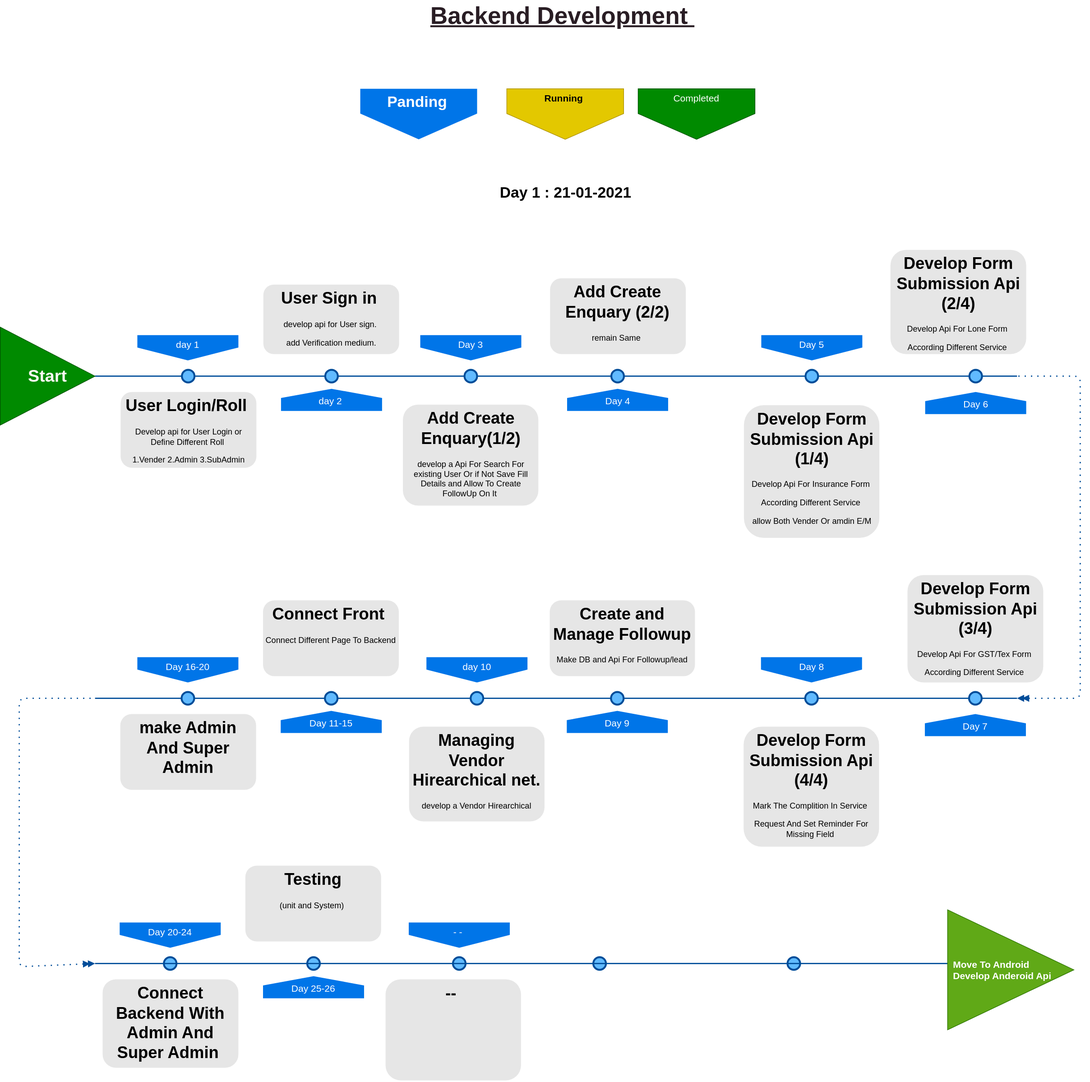
Earlier version of the draw.io export timeLine.svg (vijay-singh-shekhawat/c). Source tidied: cells renumbered, new cells last; positions are measured from the earlier drawing's top-left corner, leaving out a move shared by most shapes.
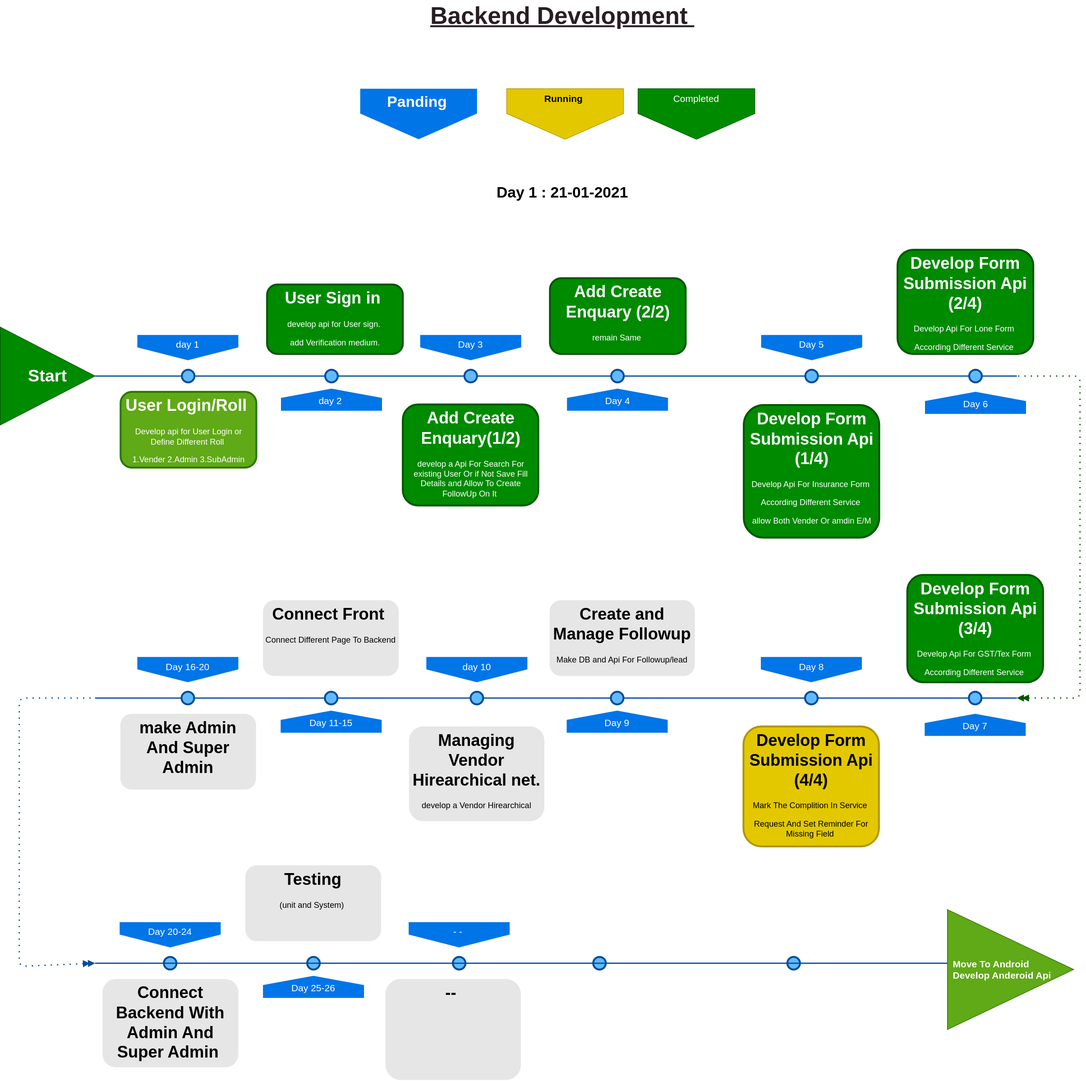
Later version of the same file.

The edit, as a diff of the source:
```diff
@@ -29,16 +29,16 @@
     <mxCell id="10" style="ellipse;whiteSpace=wrap;html=1;fillColor=#61BAFF;fontSize=28;fontColor=#004D99;strokeWidth=3;strokeColor=#004D99;" parent="1" vertex="1">
       <mxGeometry x="967.5" y="585" width="20" height="20" as="geometry" />
     </mxCell>
-    <mxCell id="11" value="&lt;h1&gt;User Login/Roll&amp;nbsp;&lt;/h1&gt;&lt;p&gt;Develop api for User Login or Define Different Roll&amp;nbsp;&lt;/p&gt;&lt;p&gt;1.Vender 2.Admin 3.SubAdmin&lt;/p&gt;" style="text;html=1;spacing=5;spacingTop=-20;whiteSpace=wrap;overflow=hidden;strokeColor=none;strokeWidth=3;fillColor=#E6E6E6;fontSize=13;fontColor=#000000;align=center;rounded=1;" parent="1" vertex="1">
+    <mxCell id="11" value="&lt;h1&gt;User Login/Roll&amp;nbsp;&lt;/h1&gt;&lt;p&gt;Develop api for User Login or Define Different Roll&amp;nbsp;&lt;/p&gt;&lt;p&gt;1.Vender 2.Admin 3.SubAdmin&lt;/p&gt;" style="text;html=1;spacing=5;spacingTop=-20;whiteSpace=wrap;overflow=hidden;strokeColor=#2D7600;strokeWidth=3;fillColor=#60a917;fontSize=13;fontColor=#ffffff;align=center;rounded=1;" parent="1" vertex="1">
       <mxGeometry x="190.5" y="620" width="215" height="120" as="geometry" />
     </mxCell>
-    <mxCell id="12" value="&lt;h1&gt;User Sign in&amp;nbsp;&lt;/h1&gt;&lt;p&gt;develop api for User sign.&amp;nbsp;&lt;/p&gt;&lt;p&gt;add Verification medium.&lt;/p&gt;" style="text;html=1;spacing=5;spacingTop=-20;whiteSpace=wrap;overflow=hidden;strokeColor=none;strokeWidth=3;fillColor=#E6E6E6;fontSize=13;fontColor=#000000;align=center;rounded=1;" parent="1" vertex="1">
-      <mxGeometry x="416.5" y="450" width="215" height="110" as="geometry" />
+    <mxCell id="12" value="&lt;h1&gt;User Sign in&amp;nbsp;&lt;/h1&gt;&lt;p&gt;develop api for User sign.&amp;nbsp;&lt;/p&gt;&lt;p&gt;add Verification medium.&lt;/p&gt;" style="text;html=1;spacing=5;spacingTop=-20;whiteSpace=wrap;overflow=hidden;strokeColor=#005700;strokeWidth=3;fillColor=#008a00;fontSize=13;fontColor=#ffffff;align=center;rounded=1;" parent="1" vertex="1">
+      <mxGeometry x="422.5" y="450" width="215" height="110" as="geometry" />
     </mxCell>
-    <mxCell id="13" value="&lt;h1&gt;Develop Form Submission Api (1/4)&lt;/h1&gt;&lt;p&gt;Develop Api For Insurance Form&amp;nbsp;&lt;/p&gt;&lt;p&gt;According Different Service&amp;nbsp;&lt;/p&gt;&lt;p&gt;allow Both Vender Or amdin E/M&lt;/p&gt;" style="text;html=1;spacing=5;spacingTop=-20;whiteSpace=wrap;overflow=hidden;strokeColor=none;strokeWidth=3;fillColor=#E6E6E6;fontSize=13;fontColor=#000000;align=center;rounded=1;" parent="1" vertex="1">
+    <mxCell id="13" value="&lt;h1&gt;Develop Form Submission Api (1/4)&lt;/h1&gt;&lt;p&gt;Develop Api For Insurance Form&amp;nbsp;&lt;/p&gt;&lt;p&gt;According Different Service&amp;nbsp;&lt;/p&gt;&lt;p&gt;allow Both Vender Or amdin E/M&lt;/p&gt;" style="text;html=1;spacing=5;spacingTop=-20;whiteSpace=wrap;overflow=hidden;strokeColor=#005700;strokeWidth=3;fillColor=#008a00;fontSize=13;fontColor=#ffffff;align=center;rounded=1;" parent="1" vertex="1">
       <mxGeometry x="1177.5" y="641" width="214.5" height="210" as="geometry" />
     </mxCell>
-    <mxCell id="14" value="&lt;h1&gt;Add Create Enquary (2/2)&lt;/h1&gt;&lt;p&gt;remain Same&amp;nbsp;&lt;/p&gt;" style="text;html=1;spacing=5;spacingTop=-20;whiteSpace=wrap;overflow=hidden;strokeColor=none;strokeWidth=3;fillColor=#E6E6E6;fontSize=13;fontColor=#000000;align=center;rounded=1;" parent="1" vertex="1">
+    <mxCell id="14" value="&lt;h1&gt;Add Create Enquary (2/2)&lt;/h1&gt;&lt;p&gt;remain Same&amp;nbsp;&lt;/p&gt;" style="text;html=1;spacing=5;spacingTop=-20;whiteSpace=wrap;overflow=hidden;strokeColor=#005700;strokeWidth=3;fillColor=#008a00;fontSize=13;fontColor=#ffffff;align=center;rounded=1;" parent="1" vertex="1">
       <mxGeometry x="870.5" y="440" width="215" height="120" as="geometry" />
     </mxCell>
     <mxCell id="15" value="Day 6" style="shape=offPageConnector;whiteSpace=wrap;html=1;fillColor=#0075E8;fontSize=15;fontColor=#FFFFFF;size=0.4178571428571445;flipV=1;verticalAlign=bottom;strokeColor=none;spacingBottom=4;" parent="1" vertex="1">
@@ -47,8 +47,8 @@
     <mxCell id="16" style="ellipse;whiteSpace=wrap;html=1;fillColor=#61BAFF;fontSize=28;fontColor=#004D99;strokeWidth=3;strokeColor=#004D99;" parent="1" vertex="1">
       <mxGeometry x="1534.5" y="585" width="20" height="20" as="geometry" />
     </mxCell>
-    <mxCell id="17" value="&lt;h1&gt;Develop Form Submission Api (2/4)&lt;/h1&gt;&lt;h1&gt;&lt;p style=&quot;font-size: 13px ; font-weight: 400&quot;&gt;Develop Api For Lone Form&amp;nbsp;&lt;/p&gt;&lt;p style=&quot;font-size: 13px ; font-weight: 400&quot;&gt;According Different Service&amp;nbsp;&lt;/p&gt;&lt;/h1&gt;" style="text;html=1;spacing=5;spacingTop=-20;whiteSpace=wrap;overflow=hidden;strokeColor=none;strokeWidth=3;fillColor=#E6E6E6;fontSize=13;fontColor=#000000;align=center;rounded=1;" parent="1" vertex="1">
-      <mxGeometry x="1409.5" y="395" width="215" height="165" as="geometry" />
+    <mxCell id="17" value="&lt;h1&gt;Develop Form Submission Api (2/4)&lt;/h1&gt;&lt;h1&gt;&lt;p style=&quot;font-size: 13px ; font-weight: 400&quot;&gt;Develop Api For Lone Form&amp;nbsp;&lt;/p&gt;&lt;p style=&quot;font-size: 13px ; font-weight: 400&quot;&gt;According Different Service&amp;nbsp;&lt;/p&gt;&lt;/h1&gt;" style="text;html=1;spacing=5;spacingTop=-20;whiteSpace=wrap;overflow=hidden;strokeColor=#005700;strokeWidth=3;fillColor=#008a00;fontSize=13;fontColor=#ffffff;align=center;rounded=1;" parent="1" vertex="1">
+      <mxGeometry x="1421" y="395" width="215" height="165" as="geometry" />
     </mxCell>
     <mxCell id="18" style="line;strokeWidth=2;html=1;fillColor=none;fontSize=28;fontColor=#004D99;strokeColor=#004D99;" parent="1" vertex="1">
       <mxGeometry x="150" y="1100" width="1460" height="10" as="geometry" />
@@ -83,7 +83,7 @@
     <mxCell id="28" value="&lt;h1&gt;Connect Front&amp;nbsp;&lt;/h1&gt;&lt;p&gt;Connect Different Page To Backend&lt;/p&gt;" style="text;html=1;spacing=5;spacingTop=-20;whiteSpace=wrap;overflow=hidden;strokeColor=none;strokeWidth=3;fillColor=#E6E6E6;fontSize=13;fontColor=#000000;align=center;rounded=1;" parent="1" vertex="1">
       <mxGeometry x="416" y="950" width="215" height="120" as="geometry" />
     </mxCell>
-    <mxCell id="29" value="&lt;h1&gt;Develop Form Submission Api (4/4)&lt;/h1&gt;&lt;h1&gt;&lt;p style=&quot;font-size: 13px ; font-weight: 400&quot;&gt;Mark The Complition In Service&amp;nbsp;&lt;/p&gt;&lt;p style=&quot;font-size: 13px ; font-weight: 400&quot;&gt;Request And Set Reminder For Missing Field&amp;nbsp;&lt;/p&gt;&lt;/h1&gt;" style="text;html=1;spacing=5;spacingTop=-20;whiteSpace=wrap;overflow=hidden;strokeColor=none;strokeWidth=3;fillColor=#E6E6E6;fontSize=13;fontColor=#000000;align=center;rounded=1;" parent="1" vertex="1">
+    <mxCell id="29" value="&lt;h1&gt;Develop Form Submission Api (4/4)&lt;/h1&gt;&lt;h1&gt;&lt;p style=&quot;font-size: 13px ; font-weight: 400&quot;&gt;Mark The Complition In Service&amp;nbsp;&lt;/p&gt;&lt;p style=&quot;font-size: 13px ; font-weight: 400&quot;&gt;Request And Set Reminder For Missing Field&amp;nbsp;&lt;/p&gt;&lt;/h1&gt;" style="text;html=1;spacing=5;spacingTop=-20;whiteSpace=wrap;overflow=hidden;strokeColor=#B09500;strokeWidth=3;fillColor=#e3c800;fontSize=13;fontColor=#000000;align=center;rounded=1;" parent="1" vertex="1">
       <mxGeometry x="1177" y="1150" width="214.5" height="190" as="geometry" />
     </mxCell>
     <mxCell id="30" value="&lt;h1&gt;Create and Manage Followup&lt;/h1&gt;&lt;h1&gt;&lt;p style=&quot;font-size: 13px ; font-weight: 400&quot;&gt;Make DB and Api For Followup/lead&lt;/p&gt;&lt;/h1&gt;" style="text;html=1;spacing=5;spacingTop=-20;whiteSpace=wrap;overflow=hidden;strokeColor=none;strokeWidth=3;fillColor=#E6E6E6;fontSize=13;fontColor=#000000;align=center;rounded=1;" parent="1" vertex="1">
@@ -95,7 +95,7 @@
     <mxCell id="32" style="ellipse;whiteSpace=wrap;html=1;fillColor=#61BAFF;fontSize=28;fontColor=#004D99;strokeWidth=3;strokeColor=#004D99;" parent="1" vertex="1">
       <mxGeometry x="1534" y="1095" width="20" height="20" as="geometry" />
     </mxCell>
-    <mxCell id="33" value="&lt;h1&gt;Develop Form Submission Api (3/4)&lt;/h1&gt;&lt;h1&gt;&lt;p style=&quot;font-size: 13px ; font-weight: 400&quot;&gt;Develop Api For GST/Tex Form&amp;nbsp;&lt;/p&gt;&lt;p style=&quot;font-size: 13px ; font-weight: 400&quot;&gt;According Different Service&amp;nbsp;&lt;/p&gt;&lt;/h1&gt;" style="text;html=1;spacing=5;spacingTop=-20;whiteSpace=wrap;overflow=hidden;strokeColor=none;strokeWidth=3;fillColor=#E6E6E6;fontSize=13;fontColor=#000000;align=center;rounded=1;" parent="1" vertex="1">
+    <mxCell id="33" value="&lt;h1&gt;Develop Form Submission Api (3/4)&lt;/h1&gt;&lt;h1&gt;&lt;p style=&quot;font-size: 13px ; font-weight: 400&quot;&gt;Develop Api For GST/Tex Form&amp;nbsp;&lt;/p&gt;&lt;p style=&quot;font-size: 13px ; font-weight: 400&quot;&gt;According Different Service&amp;nbsp;&lt;/p&gt;&lt;/h1&gt;" style="text;html=1;spacing=5;spacingTop=-20;whiteSpace=wrap;overflow=hidden;strokeColor=#005700;strokeWidth=3;fillColor=#008a00;fontSize=13;fontColor=#ffffff;align=center;rounded=1;" parent="1" vertex="1">
       <mxGeometry x="1436.5" y="910" width="215" height="170" as="geometry" />
     </mxCell>
     <mxCell id="34" value="Day 3" style="shape=offPageConnector;whiteSpace=wrap;html=1;fillColor=#0075E8;fontSize=15;fontColor=#FFFFFF;size=0.5093750000000015;verticalAlign=top;strokeColor=none;" parent="1" vertex="1">
@@ -104,7 +104,7 @@
     <mxCell id="35" style="ellipse;whiteSpace=wrap;html=1;fillColor=#61BAFF;fontSize=28;fontColor=#004D99;strokeWidth=3;strokeColor=#004D99;" parent="1" vertex="1">
       <mxGeometry x="735" y="585" width="20" height="20" as="geometry" />
     </mxCell>
-    <mxCell id="36" value="&lt;h1&gt;Add Create Enquary(1/2)&lt;/h1&gt;&lt;p&gt;develop a Api For Search For existing User Or if Not Save Fill Details and Allow To Create FollowUp On It&amp;nbsp;&lt;/p&gt;" style="text;html=1;spacing=5;spacingTop=-20;whiteSpace=wrap;overflow=hidden;strokeColor=none;strokeWidth=3;fillColor=#E6E6E6;fontSize=13;fontColor=#000000;align=center;rounded=1;" parent="1" vertex="1">
+    <mxCell id="36" value="&lt;h1&gt;Add Create Enquary(1/2)&lt;/h1&gt;&lt;p&gt;develop a Api For Search For existing User Or if Not Save Fill Details and Allow To Create FollowUp On It&amp;nbsp;&lt;/p&gt;" style="text;html=1;spacing=5;spacingTop=-20;whiteSpace=wrap;overflow=hidden;strokeColor=#005700;strokeWidth=3;fillColor=#008a00;fontSize=13;fontColor=#ffffff;align=center;rounded=1;" parent="1" vertex="1">
       <mxGeometry x="637.5" y="640" width="214.5" height="160" as="geometry" />
     </mxCell>
     <mxCell id="37" value="day 10" style="shape=offPageConnector;whiteSpace=wrap;html=1;fillColor=#0075E8;fontSize=15;fontColor=#FFFFFF;size=0.5093750000000015;verticalAlign=top;strokeColor=none;" parent="1" vertex="1">
@@ -155,7 +155,7 @@
     <mxCell id="52" style="line;strokeWidth=2;html=1;fillColor=none;fontSize=28;fontColor=#004D99;strokeColor=#004D99;" parent="1" vertex="1">
       <mxGeometry x="150" y="1520" width="1460" height="10" as="geometry" />
     </mxCell>
-    <mxCell id="53" style="endArrow=none;html=1;fontSize=13;entryX=1;entryY=0.5;entryDx=0;entryDy=0;entryPerimeter=0;exitX=1;exitY=0.5;exitDx=0;exitDy=0;exitPerimeter=0;fillColor=#0050ef;strokeColor=#004D99;strokeWidth=2;rounded=1;dashed=1;dashPattern=1 4;startArrow=doubleBlock;startFill=1;endFill=0;" parent="1" edge="1" source="18" target="2">
+    <mxCell id="53" style="endArrow=none;html=1;fontSize=13;entryX=1;entryY=0.5;entryDx=0;entryDy=0;entryPerimeter=0;exitX=1;exitY=0.5;exitDx=0;exitDy=0;exitPerimeter=0;fillColor=#008a00;strokeColor=#005700;strokeWidth=2;rounded=1;dashed=1;dashPattern=1 4;startArrow=doubleBlock;startFill=1;endFill=0;" parent="1" edge="1" source="18" target="2">
       <mxGeometry relative="1" as="geometry">
         <Array as="points">
           <mxPoint x="1710" y="1105" />
@@ -190,7 +190,7 @@
       <mxGeometry x="802" y="140" width="185" height="80" as="geometry" />
     </mxCell>
     <mxCell id="61" value="&lt;font color=&quot;#000000&quot;&gt;&lt;b&gt;Day 1 : 21-01-2021&lt;/b&gt;&lt;/font&gt;" style="text;html=1;align=center;verticalAlign=middle;strokeColor=none;fillColor=none;fontSize=24;fontColor=#FFFFFF;" parent="1" vertex="1">
-      <mxGeometry x="784.5" y="290" width="220" height="30" as="geometry" />
+      <mxGeometry x="779.8" y="290" width="220" height="30" as="geometry" />
     </mxCell>
   </root>
 </mxGraphModel>
```
